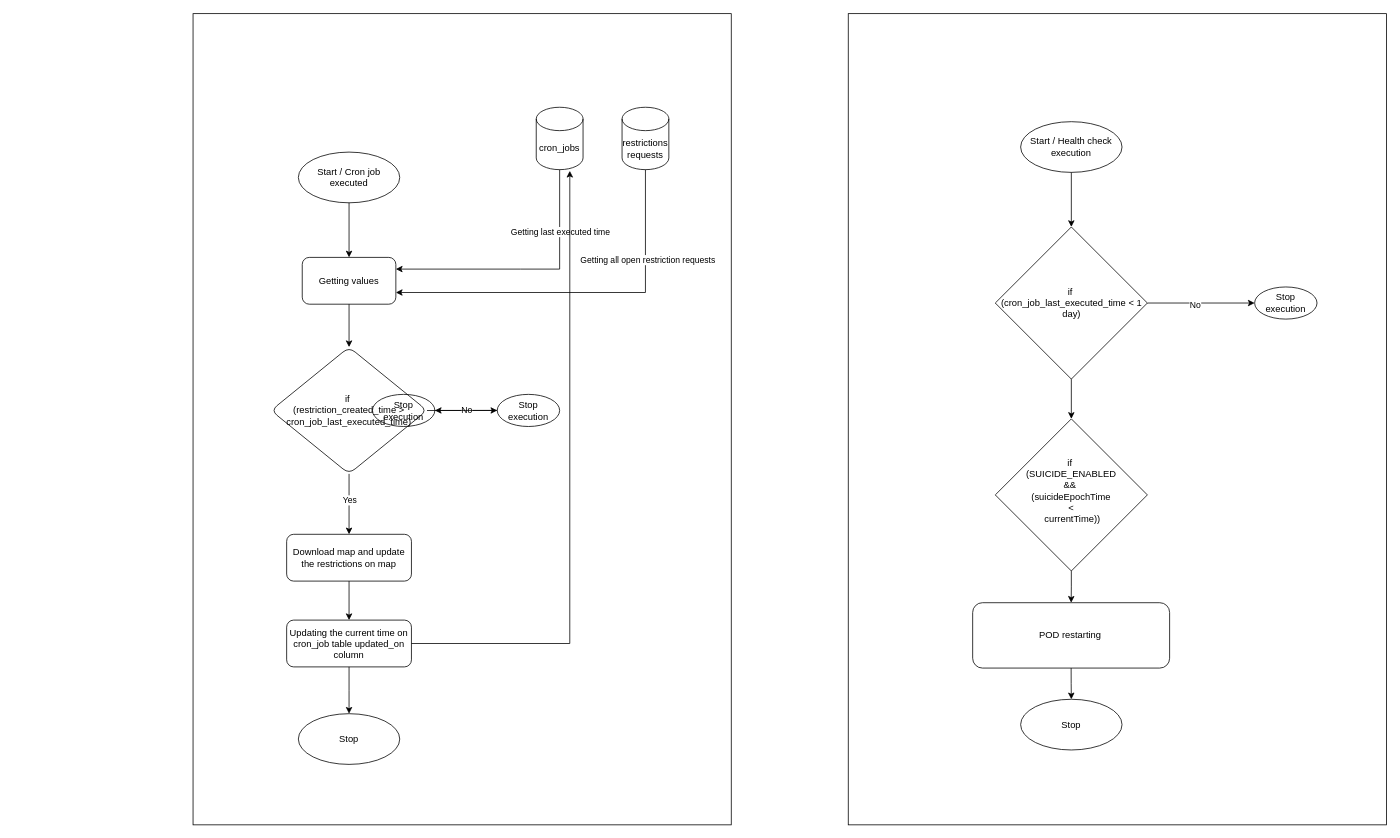
Earlier version of the draw.io diagram bbrover_pod_restart.drawio (bb-midhunps/diagrams). Source tidied: cells renumbered, new cells numbered last; positions are measured from the earlier drawing's top-left corner, leaving out a move shared by most shapes. Both pictures are drawn from the tidied source at 78%, with x=0, y=0 at pixel (193, 13).
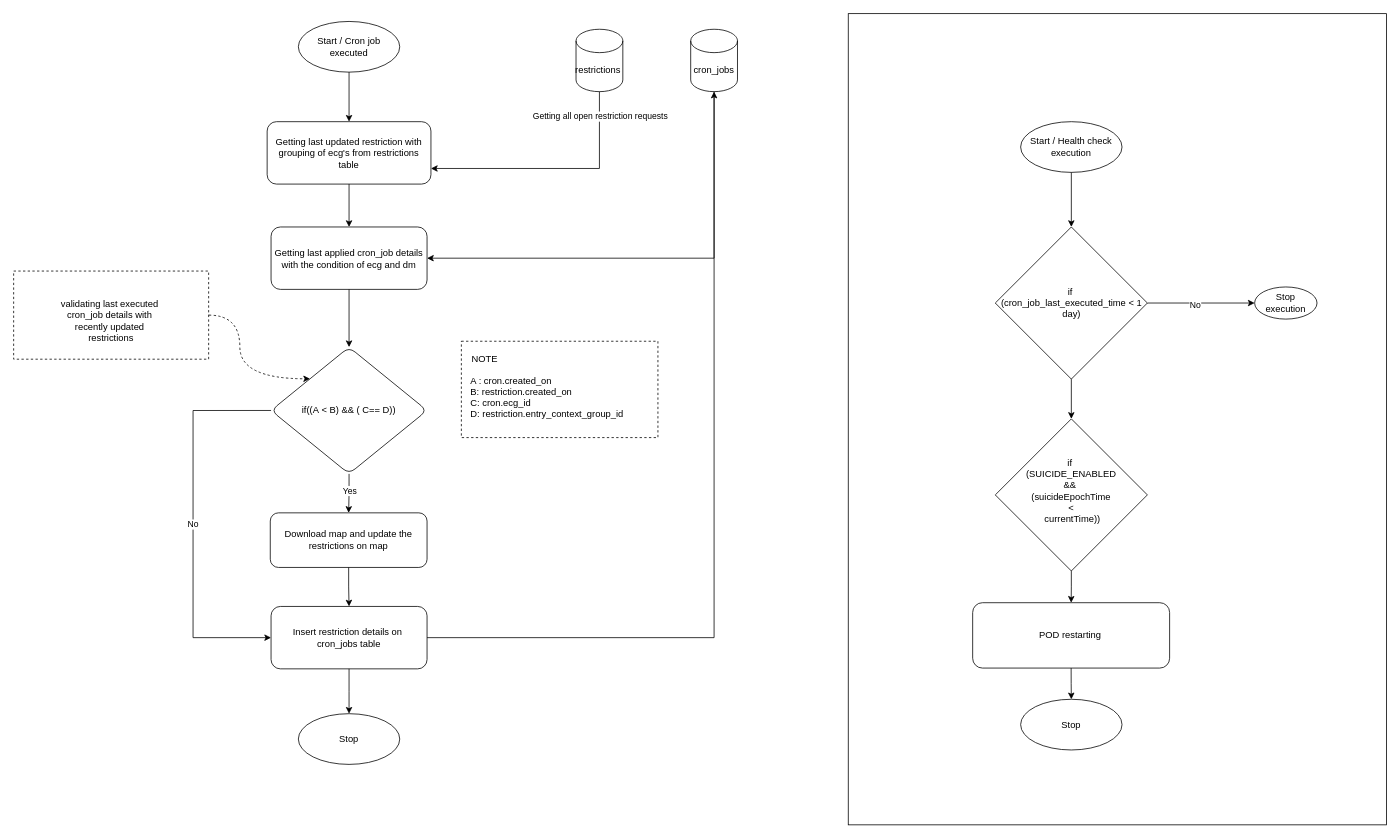
The same page after the edit.

Unchanged cells that the change refers to:
```xml
<mxCell id="11" style="edgeStyle=orthogonalEdgeStyle;rounded=0;jettySize=auto;html=1;exitX=0.5;exitY=1;exitDx=0;exitDy=0;exitPerimeter=0;entryX=1;entryY=0.75;entryDx=0;entryDy=0;" parent="1" edge="1" source="13" target="7">
  <mxGeometry relative="1" as="geometry" />
</mxCell>
```

What changed in the source:
```diff
@@
-    <mxCell id="3" style="rounded=0;whiteSpace=wrap;html=1;fillColor=none;" parent="1" vertex="1">
-      <mxGeometry width="690" height="1040" as="geometry" />
-    </mxCell>
@@
     <mxCell id="5" value="Start / Cron job executed" style="ellipse;whiteSpace=wrap;html=1;fillColor=none;" parent="1" vertex="1">
-      <mxGeometry x="135" y="177.5" width="130" height="65" as="geometry" />
+      <mxGeometry x="135" y="10" width="130" height="65" as="geometry" />
     </mxCell>
-    <mxCell id="6" style="edgeStyle=orthogonalEdgeStyle;rounded=0;jettySize=auto;html=1;" parent="1" edge="1" source="7" target="18">
+    <mxCell id="6" style="edgeStyle=orthogonalEdgeStyle;rounded=0;jettySize=auto;html=1;" parent="1" edge="1" source="49" target="18">
       <mxGeometry relative="1" as="geometry" />
     </mxCell>
-    <mxCell id="7" value="Getting values" style="rounded=1;whiteSpace=wrap;html=1;fillColor=none;" parent="1" vertex="1">
-      <mxGeometry x="140" y="312.5" width="120" height="60" as="geometry" />
+    <mxCell id="7" value="Getting last updated restriction with grouping of ecg's from restrictions table" style="rounded=1;whiteSpace=wrap;html=1;fillColor=none;" parent="1" vertex="1">
+      <mxGeometry x="95" y="138.5" width="210" height="80" as="geometry" />
     </mxCell>
-    <mxCell id="8" style="edgeStyle=orthogonalEdgeStyle;rounded=0;jettySize=auto;html=1;exitX=0.5;exitY=1;exitDx=0;exitDy=0;exitPerimeter=0;" parent="1" edge="1" source="10">
-      <mxGeometry relative="1" as="geometry">
-        <mxPoint x="260" y="327.5" as="targetPoint" />
-        <Array as="points">
-          <mxPoint x="420" y="327.5" />
-          <mxPoint x="260" y="327.5" />
-        </Array>
-      </mxGeometry>
-    </mxCell>
-    <mxCell id="9" value="Getting last executed time" style="edgeLabel;html=1;align=center;verticalAlign=middle;" parent="8" vertex="1">
-      <mxGeometry x="-0.53" relative="1" as="geometry" />
-    </mxCell>
+    <mxCell id="41" style="edgeStyle=orthogonalEdgeStyle;rounded=0;jettySize=auto;html=1;exitX=0.5;exitY=1;exitDx=0;exitDy=0;exitPerimeter=0;entryX=1;entryY=0.5;entryDx=0;entryDy=0;" parent="1" edge="1" source="10" target="49">
+      <mxGeometry relative="1" as="geometry" />
+    </mxCell>
     <mxCell id="10" value="cron_jobs" style="shape=cylinder3;whiteSpace=wrap;html=1;boundedLbl=1;backgroundOutline=1;size=15;fillColor=none;" parent="1" vertex="1">
-      <mxGeometry x="440" y="120" width="60" height="80" as="geometry" />
+      <mxGeometry x="638" y="20" width="60" height="80" as="geometry" />
     </mxCell>
@@
     <mxCell id="12" value="Getting all open restriction requests" style="edgeLabel;html=1;align=center;verticalAlign=middle;" parent="11" vertex="1">
-      <mxGeometry x="-0.52" y="2" relative="1" as="geometry" />
+      <mxGeometry x="-0.52" y="2" relative="1" as="geometry">
+        <mxPoint x="-2" y="-44" as="offset" />
+      </mxGeometry>
     </mxCell>
-    <mxCell id="13" value="restrictions requests" style="shape=cylinder3;whiteSpace=wrap;html=1;boundedLbl=1;backgroundOutline=1;size=15;fillColor=none;" parent="1" vertex="1">
-      <mxGeometry x="550" y="120" width="60" height="80" as="geometry" />
+    <mxCell id="13" value="restrictions&amp;nbsp;" style="shape=cylinder3;whiteSpace=wrap;html=1;boundedLbl=1;backgroundOutline=1;size=15;fillColor=none;" parent="1" vertex="1">
+      <mxGeometry x="491" y="20" width="60" height="80" as="geometry" />
     </mxCell>
-    <mxCell id="14" style="edgeStyle=orthogonalEdgeStyle;rounded=0;jettySize=auto;html=1;" parent="1" edge="1" source="18" target="20">
-      <mxGeometry relative="1" as="geometry" />
-    </mxCell>
-    <mxCell id="15" value="No" style="edgeLabel;html=1;align=center;verticalAlign=middle;" parent="14" vertex="1">
-      <mxGeometry x="-0.17" y="-2" relative="1" as="geometry">
-        <mxPoint x="14" y="-2" as="offset" />
-      </mxGeometry>
-    </mxCell>
@@
+    <mxCell id="42" style="edgeStyle=orthogonalEdgeStyle;rounded=0;jettySize=auto;html=1;exitX=0;exitY=0.5;exitDx=0;exitDy=0;entryX=0;entryY=0.5;entryDx=0;entryDy=0;" parent="1" edge="1" source="18" target="25">
+      <mxGeometry relative="1" as="geometry">
+        <Array as="points">
+          <mxPoint y="509" />
+          <mxPoint y="800" />
+        </Array>
+      </mxGeometry>
+    </mxCell>
+    <mxCell id="15" value="No" style="edgeLabel;html=1;align=center;verticalAlign=middle;" parent="42" vertex="1">
+      <mxGeometry y="-1" relative="1" as="geometry" />
+    </mxCell>
-    <mxCell id="18" value="if&amp;nbsp;&lt;div&gt;(restriction_created_time &amp;gt; cron_job_last_executed_time)&lt;/div&gt;" style="rhombus;whiteSpace=wrap;html=1;rounded=1;fillColor=none;" parent="1" vertex="1">
+    <mxCell id="18" value="&lt;div&gt;if((A&lt;span style=&quot;background-color: initial;&quot;&gt;&amp;nbsp;&amp;lt; B) &amp;amp;&amp;amp; ( C== D))&lt;/span&gt;&lt;/div&gt;" style="rhombus;whiteSpace=wrap;html=1;rounded=1;fillColor=none;" parent="1" vertex="1">
       <mxGeometry x="100" y="427.5" width="200" height="162.5" as="geometry" />
     </mxCell>
-    <mxCell id="19" style="edgeStyle=orthogonalEdgeStyle;rounded=0;jettySize=auto;html=1;" parent="1" edge="1" source="20" target="33">
-      <mxGeometry relative="1" as="geometry" />
-    </mxCell>
-    <mxCell id="20" value="Stop execution" style="ellipse;whiteSpace=wrap;html=1;rounded=1;fillColor=none;" parent="1" vertex="1">
-      <mxGeometry x="390" y="488.1" width="80" height="41.2" as="geometry" />
-    </mxCell>
@@
     <mxCell id="22" value="Download map and update the restrictions on map" style="whiteSpace=wrap;html=1;rounded=1;fillColor=none;" parent="1" vertex="1">
-      <mxGeometry x="120" y="667.5" width="160" height="60" as="geometry" />
+      <mxGeometry x="99" y="640" width="201" height="70" as="geometry" />
     </mxCell>
-    <mxCell id="23" style="edgeStyle=orthogonalEdgeStyle;rounded=0;jettySize=auto;html=1;exitX=1;exitY=0.5;exitDx=0;exitDy=0;entryX=0.717;entryY=1.019;entryDx=0;entryDy=0;entryPerimeter=0;" parent="1" edge="1" source="25" target="10">
-      <mxGeometry relative="1" as="geometry" />
-    </mxCell>
@@
-    <mxCell id="25" value="Updating the current time on cron_job table updated_on column" style="whiteSpace=wrap;html=1;rounded=1;fillColor=none;" parent="1" vertex="1">
-      <mxGeometry x="120" y="777.5" width="160" height="60" as="geometry" />
+    <mxCell id="25" value="Insert restriction details on&amp;nbsp;&lt;div&gt;cron_jobs table&lt;/div&gt;" style="whiteSpace=wrap;html=1;rounded=1;fillColor=none;" parent="1" vertex="1">
+      <mxGeometry x="100" y="760" width="200" height="80" as="geometry" />
     </mxCell>
@@
-    <mxCell id="33" value="Stop execution" style="ellipse;whiteSpace=wrap;html=1;rounded=1;fillColor=none;" parent="1" vertex="1">
-      <mxGeometry x="230" y="488.1" width="80" height="41.2" as="geometry" />
-    </mxCell>
@@
+    <mxCell id="43" style="rounded=0;jettySize=auto;html=1;entryX=0;entryY=0;entryDx=0;entryDy=0;edgeStyle=orthogonalEdgeStyle;dashed=1;curved=1;" parent="1" edge="1" source="44" target="18">
+      <mxGeometry relative="1" as="geometry" />
+    </mxCell>
+    <mxCell id="44" value="&lt;div&gt;&lt;br&gt;&lt;/div&gt;&lt;div&gt;validating last executed&amp;nbsp;&lt;div&gt;cron_job details with&amp;nbsp;&lt;/div&gt;&lt;div&gt;recently updated&amp;nbsp;&lt;/div&gt;&lt;div&gt;restrictions&lt;/div&gt;&lt;/div&gt;" style="rounded=0;whiteSpace=wrap;html=1;dashed=1;fillColor=none;" parent="1" vertex="1">
+      <mxGeometry x="-230" y="330" width="250" height="113" as="geometry" />
+    </mxCell>
+    <mxCell id="45" style="rounded=0;whiteSpace=wrap;html=1;fillColor=none;align=left;dashed=1;" parent="1" vertex="1">
+      <mxGeometry x="344" y="420" width="252" height="123.5" as="geometry" />
+    </mxCell>
+    <mxCell id="46" value="&lt;span style=&quot;&quot;&gt;A : cron.created_on&lt;/span&gt;&lt;div style=&quot;&quot;&gt;B: restriction.created_on&lt;br&gt;&lt;div&gt;C: cron.ecg_id&lt;/div&gt;&lt;div&gt;D: restriction.entry_context_group_id&lt;/div&gt;&lt;/div&gt;" style="text;html=1;align=left;verticalAlign=middle;whiteSpace=wrap;rounded=0;" parent="1" vertex="1">
+      <mxGeometry x="354" y="446.8" width="230" height="90" as="geometry" />
+    </mxCell>
+    <mxCell id="47" value="NOTE" style="text;html=1;align=center;verticalAlign=middle;whiteSpace=wrap;rounded=0;" parent="1" vertex="1">
+      <mxGeometry x="344" y="427.5" width="60" height="30" as="geometry" />
+    </mxCell>
+    <mxCell id="48" style="edgeStyle=orthogonalEdgeStyle;rounded=0;jettySize=auto;html=1;" parent="1" edge="1" source="7" target="49">
+      <mxGeometry relative="1" as="geometry" />
+    </mxCell>
+    <mxCell id="49" value="Getting last applied cron_job details with the condition of ecg and dm" style="rounded=1;whiteSpace=wrap;html=1;fillColor=none;" parent="1" vertex="1">
+      <mxGeometry x="100" y="273.5" width="200" height="80" as="geometry" />
+    </mxCell>
+    <mxCell id="23" style="edgeStyle=orthogonalEdgeStyle;rounded=0;jettySize=auto;html=1;exitX=1;exitY=0.5;exitDx=0;exitDy=0;entryX=0.5;entryY=1;entryDx=0;entryDy=0;entryPerimeter=0;" parent="1" edge="1" source="25" target="10">
+      <mxGeometry relative="1" as="geometry" />
+    </mxCell>
```
